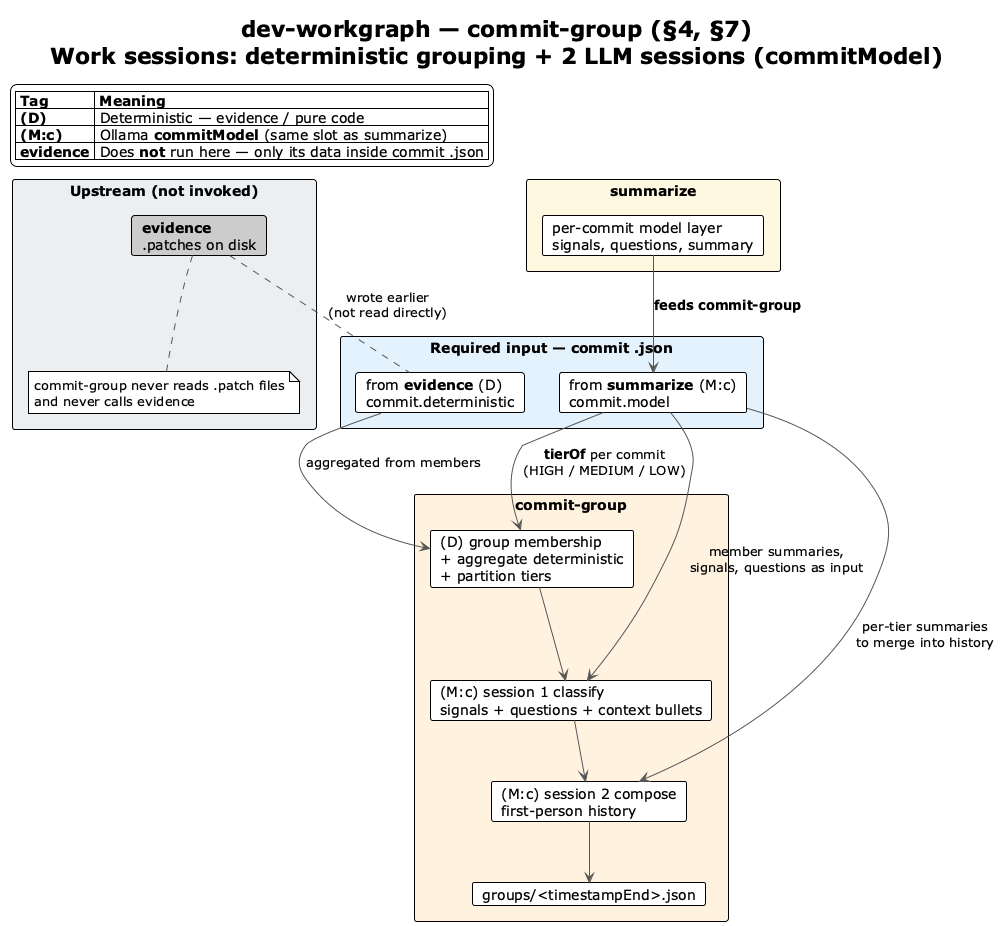
vzakharchenko/dev-workgraph keeps this PlantUML diagram as img/commit-group-overview.png. Above is the earlier version. The source it was exported from:
```plantuml
@startuml commit-group-overview
!theme plain
skinparam shadowing false
skinparam ArrowColor #555555

title dev-workgraph — **commit-group** (§4, §7)\nWork sessions: deterministic grouping + 2 LLM sessions (**commitModel**)

legend top left
  |= Tag |= Meaning |
  | **(D)** | Deterministic — evidence / pure code |
  | **(M:c)** | Ollama **commitModel** (same slot as summarize) |
  | **evidence** | Does **not** run here — only its data inside commit .json |
endlegend

rectangle "**Upstream (not invoked)**" #ECEFF1 {
  card "**evidence**\n.patches on disk" as EVID #CCCCCC
  note bottom of EVID
    commit-group never reads .patch files
    and never calls evidence
  end note
}

rectangle "**Required input — commit .json**" #E3F2FD {
  card "from **evidence** (D)\ncommit.deterministic" as DET
  card "from **summarize** (M:c)\ncommit.model" as CM
}

rectangle "**commit-group**" #FFF3E0 {
  card "(D) group membership\n+ aggregate deterministic\n+ partition tiers" as DSTEP
  card "(M:c) session 1 classify\nsignals + questions + context bullets" as C1
  card "(M:c) session 2 compose\nfirst-person history" as C2
  card "groups/<timestampEnd>.json" as GOUT
}

rectangle "**summarize**" #FFF8E1 {
  card "per-commit model layer\nsignals, questions, summary" as SUM
}

SUM --> CM : **feeds commit-group**
DET --> DSTEP : aggregated from members
CM --> DSTEP : **tierOf** per commit\n(HIGH / MEDIUM / LOW)
CM --> C1 : member summaries,\nsignals, questions as input
CM --> C2 : per-tier summaries\nto merge into history
DSTEP --> C1
C1 --> C2
C2 --> GOUT

EVID .. DET : wrote earlier\n(not read directly)

@enduml
```
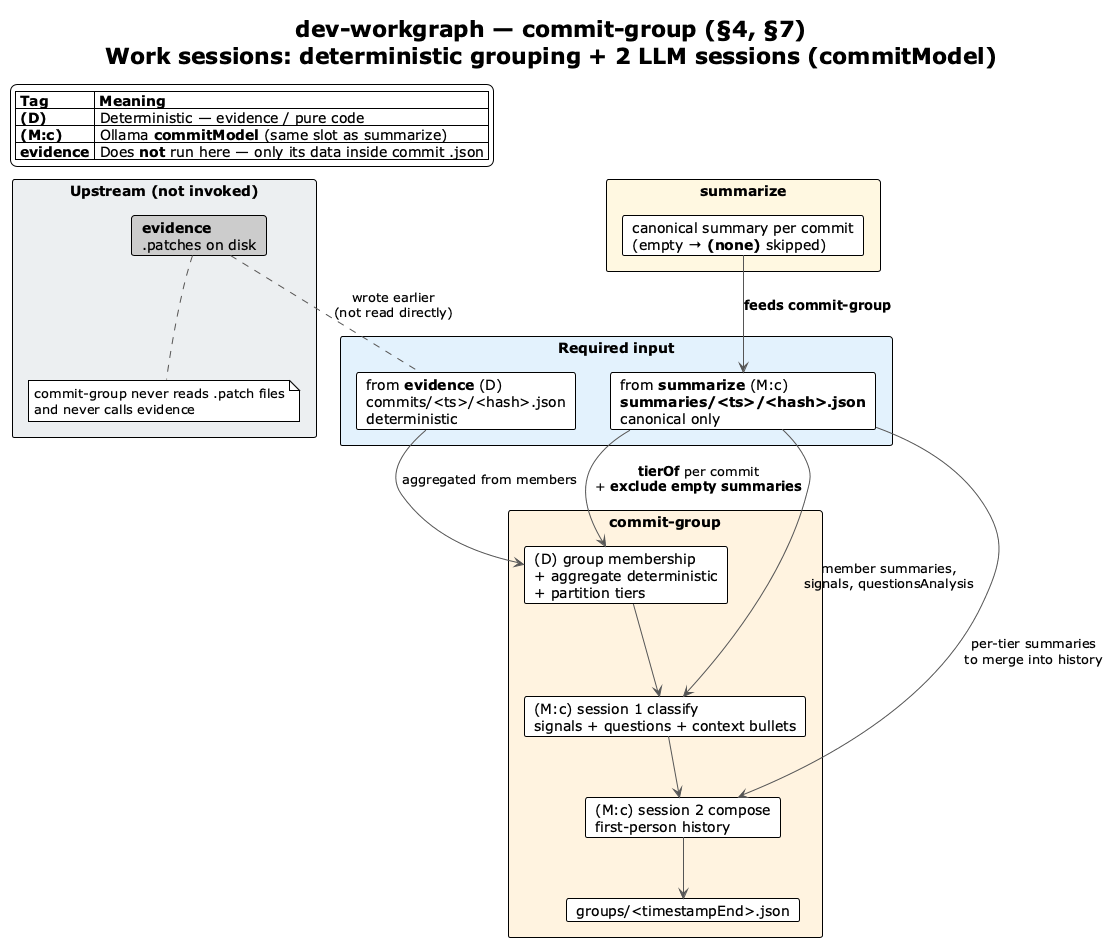
The same diagram one commit later.

The edit, as a diff of the source:
```diff
@@ -20,9 +20,9 @@
   end note
 }
 
-rectangle "**Required input — commit .json**" #E3F2FD {
-  card "from **evidence** (D)\ncommit.deterministic" as DET
-  card "from **summarize** (M:c)\ncommit.model" as CM
+rectangle "**Required input**" #E3F2FD {
+  card "from **evidence** (D)\ncommits/<ts>/<hash>.json\ndeterministic" as DET
+  card "from **summarize** (M:c)\n**summaries/<ts>/<hash>.json**\ncanonical only" as CM
 }
 
 rectangle "**commit-group**" #FFF3E0 {
@@ -33,13 +33,13 @@
 }
 
 rectangle "**summarize**" #FFF8E1 {
-  card "per-commit model layer\nsignals, questions, summary" as SUM
+  card "canonical summary per commit\n(empty → **(none)** skipped)" as SUM
 }
 
 SUM --> CM : **feeds commit-group**
 DET --> DSTEP : aggregated from members
-CM --> DSTEP : **tierOf** per commit\n(HIGH / MEDIUM / LOW)
-CM --> C1 : member summaries,\nsignals, questions as input
+CM --> DSTEP : **tierOf** per commit\n+ **exclude empty summaries**
+CM --> C1 : member summaries,\nsignals, questionsAnalysis
 CM --> C2 : per-tier summaries\nto merge into history
 DSTEP --> C1
 C1 --> C2
```
